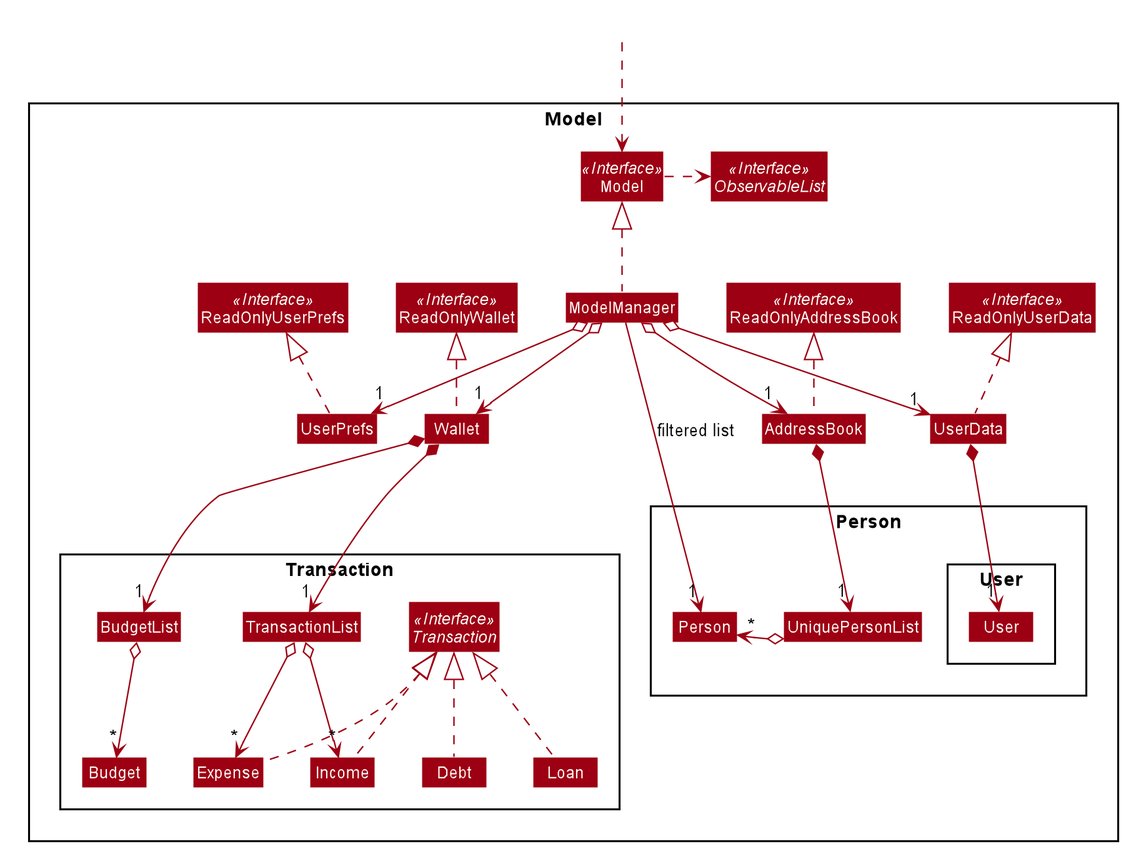
syinyichen/main keeps this PlantUML diagram as docs/images/ModelClassDiagram.png. Above is the earlier version. Its source is kept beside it as docs/diagrams/ModelClassDiagram.puml.
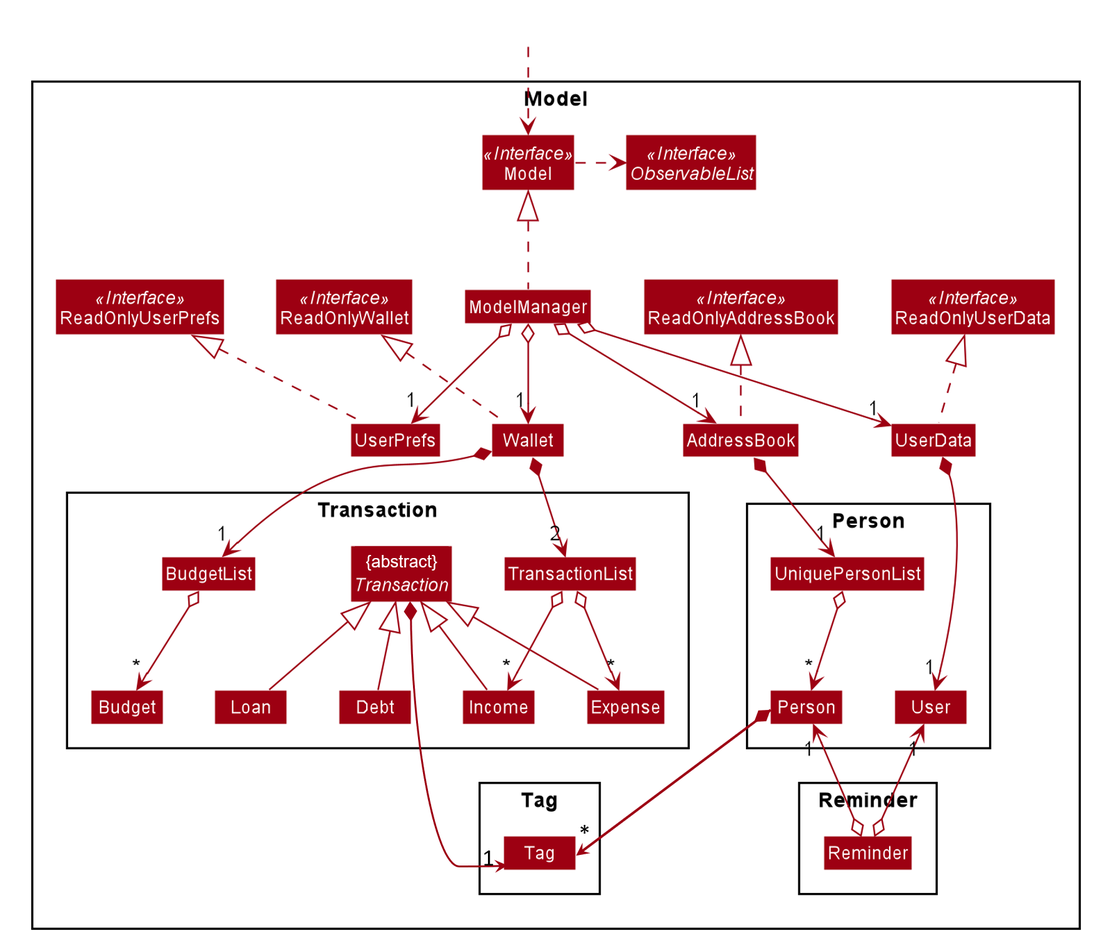
After the commit.

Change to the diagram source:
```diff
@@ -25,21 +25,26 @@
 Package Person {
 Class Person
 Class UniquePersonList
-
-Package User {
 Class User
-}
 }
 
 Package Transaction {
 Class TransactionList
-Interface Transaction <<Interface>>
+abstract Transaction <<abstract>>
 Class Expense
 Class Income
 Class Debt
 Class Loan
 Class Budget
 Class BudgetList
+}
+
+Package Reminder {
+Class Reminder
+}
+
+Package Tag {
+Class Tag
 }
 }
 
@@ -63,21 +68,34 @@
 
 UserData *--> "1" User
 
-Wallet *--> "1" TransactionList
+Wallet *--> "2" TransactionList
 Wallet *--> "1" BudgetList
 BudgetList o--> "*" Budget
 TransactionList o--> "*" Expense
 TransactionList o--> "*" Income
-Expense .up.|> Transaction
-Income .up.|> Transaction
-Debt .up.|> Transaction
-Loan .up.|> Transaction
+Expense -up-|> Transaction
+Income -up-|> Transaction
+Debt -up-|> Transaction
+Loan -up-|> Transaction
 
-ModelManager -->"1" Person : filtered list
+Person *-[hidden]-> "*" Tag
+Transaction *-[hidden]-> "1" Tag
 
+Reminder o-up-> "1" User
+Reminder o-up-> "1" Person
+
+Person -[hidden]right-> User
 UserPrefs -[hidden]right-> Wallet
 Wallet -[hidden]right-> AddressBook
 AddressBook -[hidden]right-> UserData
-Person -[hidden]right-> UniquePersonList
 UniquePersonList -[hidden]right-> User
+Transaction -[hidden]right-> TransactionList
+Loan -[hidden]right-> Debt
+Debt -[hidden]right-> Income
+Income -[hidden]right-> Expense
+Expense -[hidden]right-> Person
+Debt -[hidden]down-> Tag
+Loan -[hidden]down-> Tag
+
+
 @enduml
```
